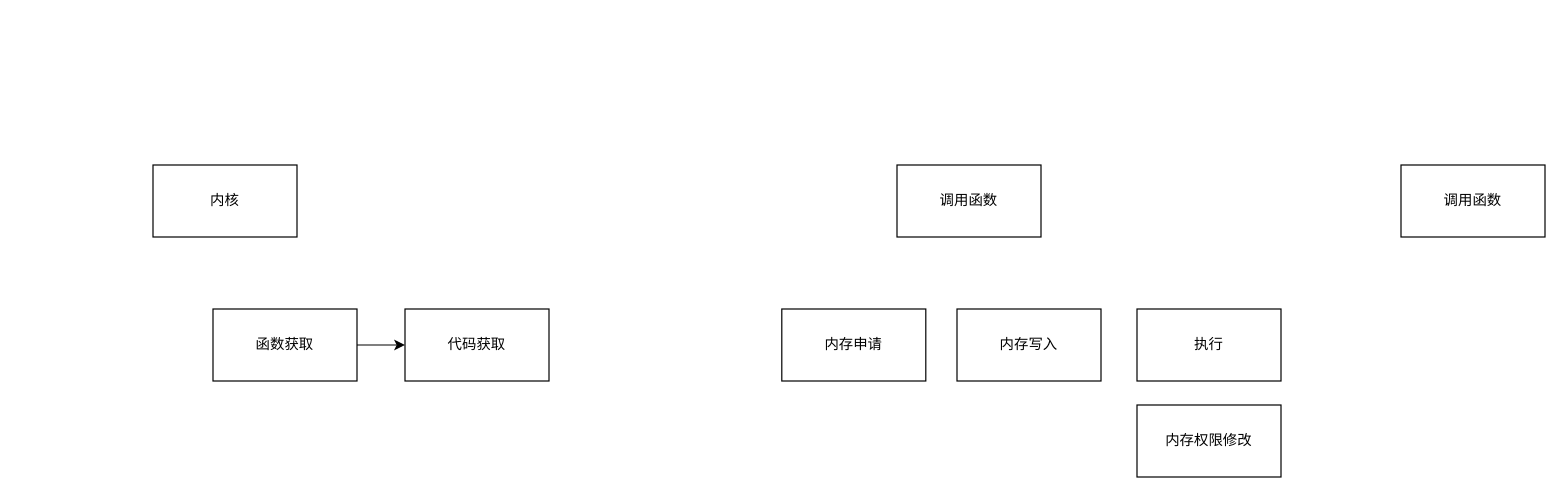
This is page "第 4 页" (4 of 4) of 未命名绘图.drawio from idbanfan/drawio, a draw.io file, before an edit. Source tidied: cells renumbered, new cells numbered last; positions are measured from the earlier drawing's top-left corner, leaving out a move shared by most shapes. Both pictures are drawn from the tidied source at 120%, with x=0, y=0 at pixel (152, 164).
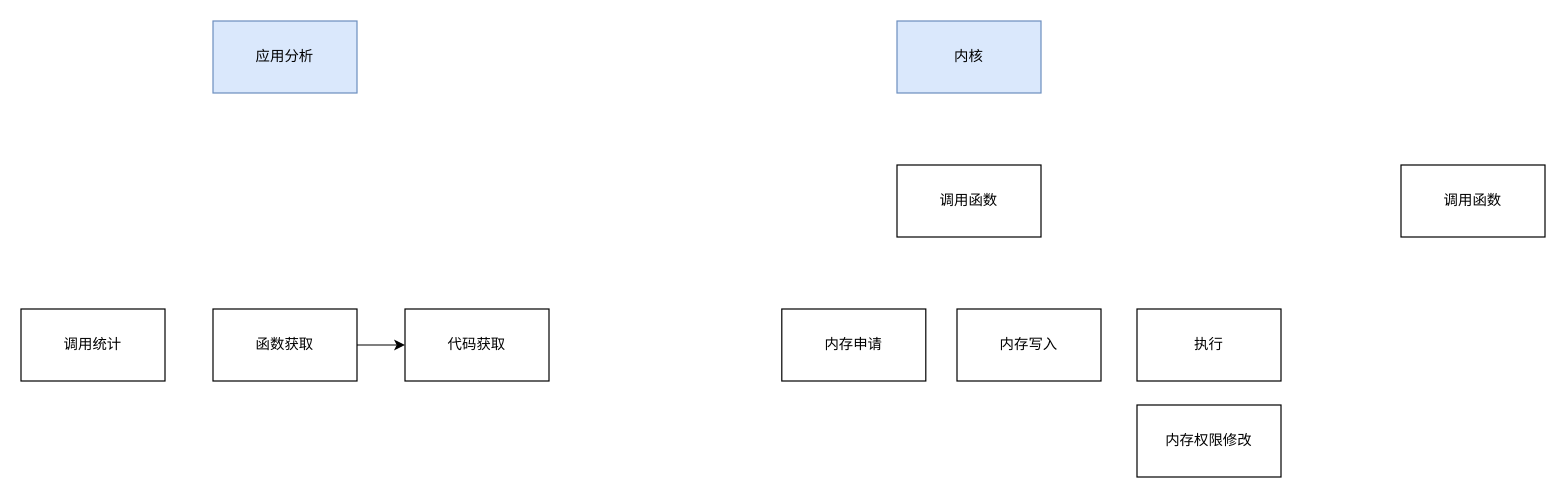
The same page after the edit.

Commit message:
更新未命名绘图.drawio

Diff of the diagram source:
```diff
@@
 <mxGraphModel>
   <root>
     <mxCell id="0" />
     <mxCell id="1" parent="0" />
-    <mxCell id="2" value="内核" style="rounded=0;whiteSpace=wrap;html=1;" parent="1" vertex="1">
-      <mxGeometry width="120" height="60" as="geometry" />
+    <mxCell id="2" value="内核" style="rounded=0;whiteSpace=wrap;html=1;fillColor=#dae8fc;strokeColor=#6c8ebf;" parent="1" vertex="1">
+      <mxGeometry x="620" y="-120" width="120" height="60" as="geometry" />
     </mxCell>
     <mxCell id="3" value="调用函数" style="rounded=0;whiteSpace=wrap;html=1;" parent="1" vertex="1">
       <mxGeometry x="620" width="120" height="60" as="geometry" />
     </mxCell>
     <mxCell id="4" value="调用函数" style="rounded=0;whiteSpace=wrap;html=1;" parent="1" vertex="1">
       <mxGeometry x="1040" width="120" height="60" as="geometry" />
     </mxCell>
     <mxCell id="5" value="内存申请" style="rounded=0;whiteSpace=wrap;html=1;" parent="1" vertex="1">
       <mxGeometry x="524" y="120" width="120" height="60" as="geometry" />
     </mxCell>
     <mxCell id="6" value="内存写入" style="rounded=0;whiteSpace=wrap;html=1;" parent="1" vertex="1">
       <mxGeometry x="670" y="120" width="120" height="60" as="geometry" />
     </mxCell>
     <mxCell id="7" value="执行" style="rounded=0;whiteSpace=wrap;html=1;" parent="1" vertex="1">
       <mxGeometry x="820" y="120" width="120" height="60" as="geometry" />
     </mxCell>
     <mxCell id="8" value="内存权限修改" style="rounded=0;whiteSpace=wrap;html=1;" parent="1" vertex="1">
       <mxGeometry x="820" y="200" width="120" height="60" as="geometry" />
     </mxCell>
     <mxCell id="9" value="代码获取" style="rounded=0;whiteSpace=wrap;html=1;" parent="1" vertex="1">
       <mxGeometry x="210" y="120" width="120" height="60" as="geometry" />
     </mxCell>
     <mxCell id="10" style="edgeStyle=orthogonalEdgeStyle;rounded=0;jettySize=auto;html=1;" parent="1" edge="1" source="11" target="9">
       <mxGeometry relative="1" as="geometry" />
     </mxCell>
     <mxCell id="11" value="函数获取" style="rounded=0;whiteSpace=wrap;html=1;" parent="1" vertex="1">
       <mxGeometry x="50" y="120" width="120" height="60" as="geometry" />
     </mxCell>
+    <mxCell id="12" value="调用统计" style="rounded=0;whiteSpace=wrap;html=1;" parent="1" vertex="1">
+      <mxGeometry x="-110" y="120" width="120" height="60" as="geometry" />
+    </mxCell>
+    <mxCell id="13" value="应用分析" style="rounded=0;whiteSpace=wrap;html=1;fillColor=#dae8fc;strokeColor=#6c8ebf;" parent="1" vertex="1">
+      <mxGeometry x="50" y="-120" width="120" height="60" as="geometry" />
+    </mxCell>
   </root>
 </mxGraphModel>
```
